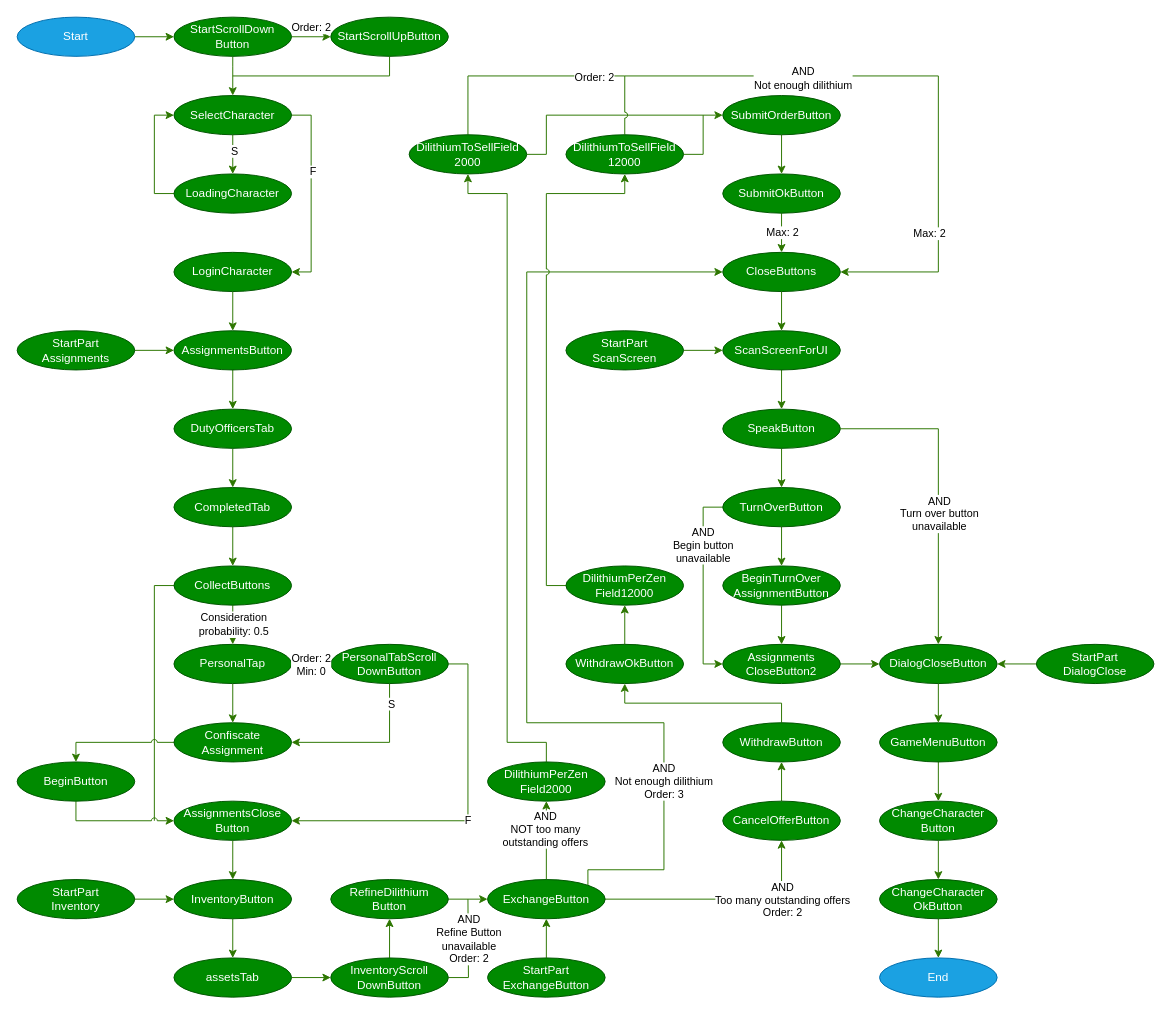
The draw.io diagram AutoFarmer.drawio in Tomaszon/AutoFarmer, before the edit. Source tidied: cells renumbered, new cells numbered last; positions are measured from the earlier drawing's top-left corner, leaving out a move shared by most shapes. Both pictures are drawn from the tidied source at 98%, with x=0, y=0 at pixel (17, 17).
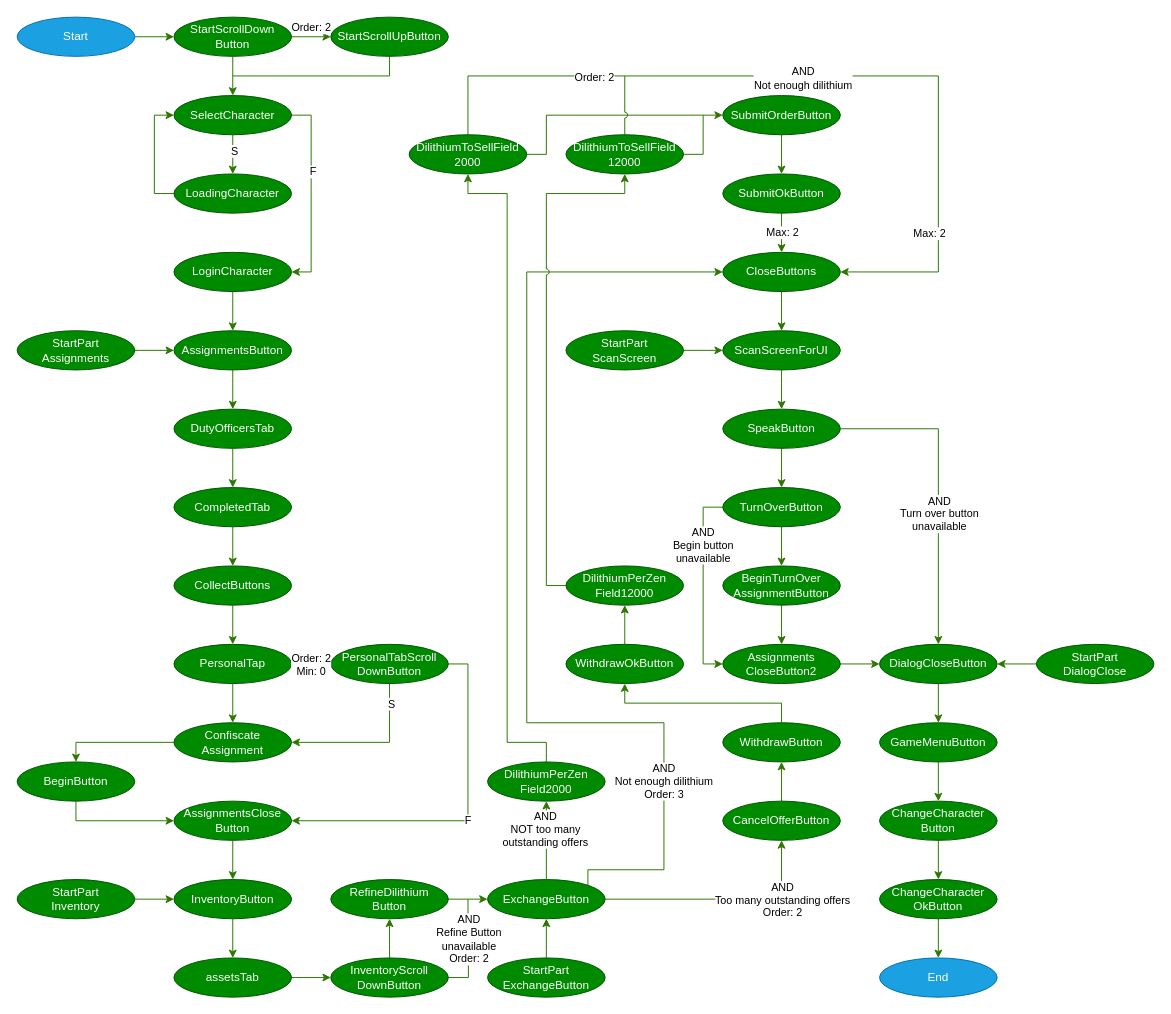
After the change.

The change refers to these unchanged cells:
```xml
<mxCell id="14" style="edgeStyle=orthogonalEdgeStyle;rounded=0;jettySize=auto;html=1;fillColor=#60a917;strokeColor=#2D7600;" parent="1" edge="1" source="17" target="19">
  <mxGeometry relative="1" as="geometry" />
</mxCell>
<mxCell id="17" value="CollectButtons" style="ellipse;whiteSpace=wrap;html=1;fillColor=#008a00;strokeColor=#005700;fontColor=#ffffff;" parent="1" vertex="1">
  <mxGeometry x="160" y="560" width="120" height="40" as="geometry" />
</mxCell>
```

The edit, as a diff of the source:
```diff
@@
-    <mxCell id="15" value="Consideration&lt;br&gt;probability: 0.5" style="edgeLabel;html=1;align=center;verticalAlign=middle;" parent="14" vertex="1">
-      <mxGeometry x="0.2" y="1" relative="1" as="geometry">
-        <mxPoint x="-1" y="-4.1" as="offset" />
-      </mxGeometry>
-    </mxCell>
-    <mxCell id="16" style="edgeStyle=orthogonalEdgeStyle;rounded=0;jettySize=auto;html=1;exitX=0;exitY=0.5;exitDx=0;exitDy=0;jumpStyle=none;endArrow=none;endFill=0;fillColor=#60a917;strokeColor=#2D7600;" parent="1" edge="1" source="17">
-      <mxGeometry relative="1" as="geometry">
-        <mxPoint x="140" y="820" as="targetPoint" />
-        <Array as="points">
-          <mxPoint x="140" y="580" />
-        </Array>
-      </mxGeometry>
-    </mxCell>
```
